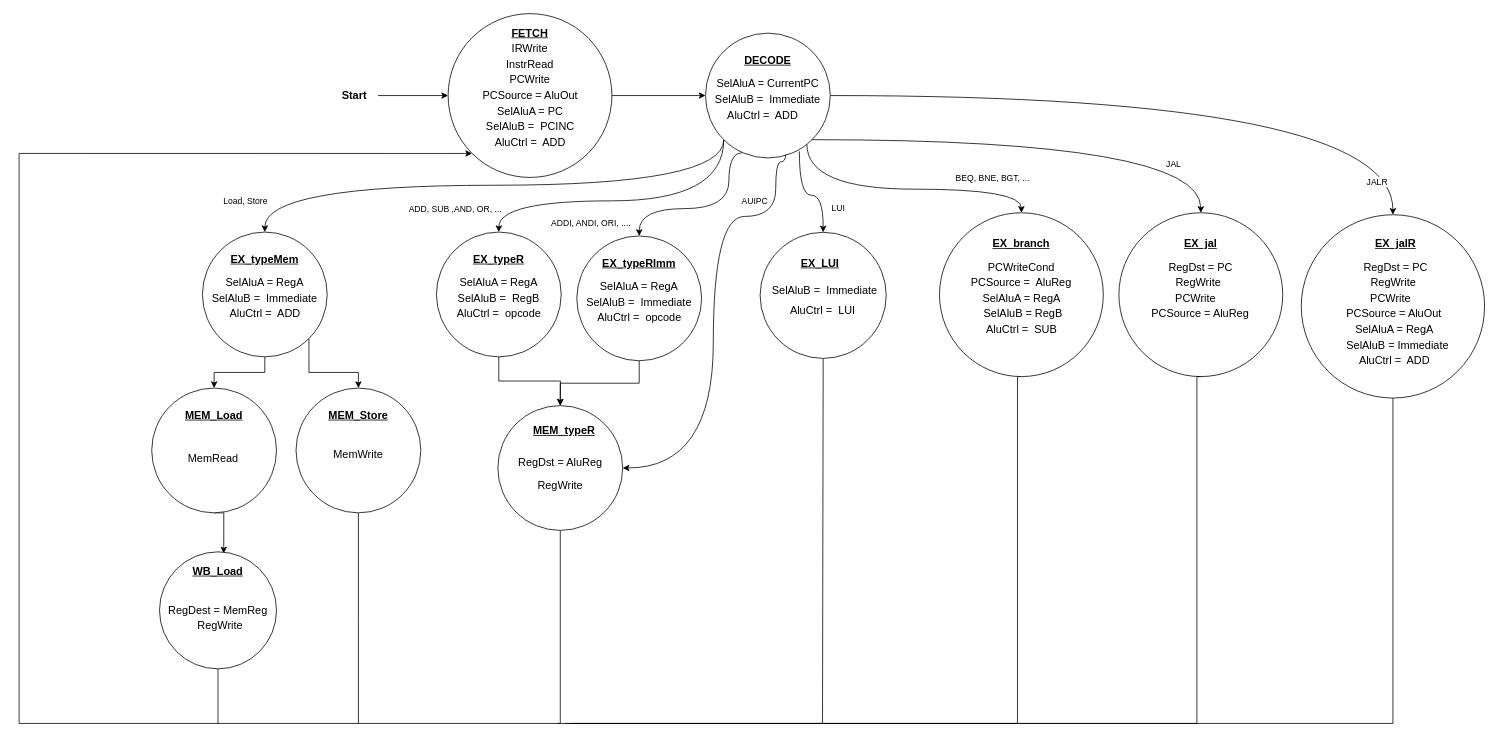
Earlier version of the draw.io diagram src/processors/RISC-V/rvms/StateDiagram/RVI32_StateMachine.drawio (ermaury/TFG_Ripes_MultiCycle_Processor). Source tidied: cells renumbered, new cells numbered last; positions are measured from the earlier drawing's top-left corner, leaving out a move shared by most shapes. Both pictures are drawn from the tidied source at 78%, with x=0, y=0 at pixel (19, 13).
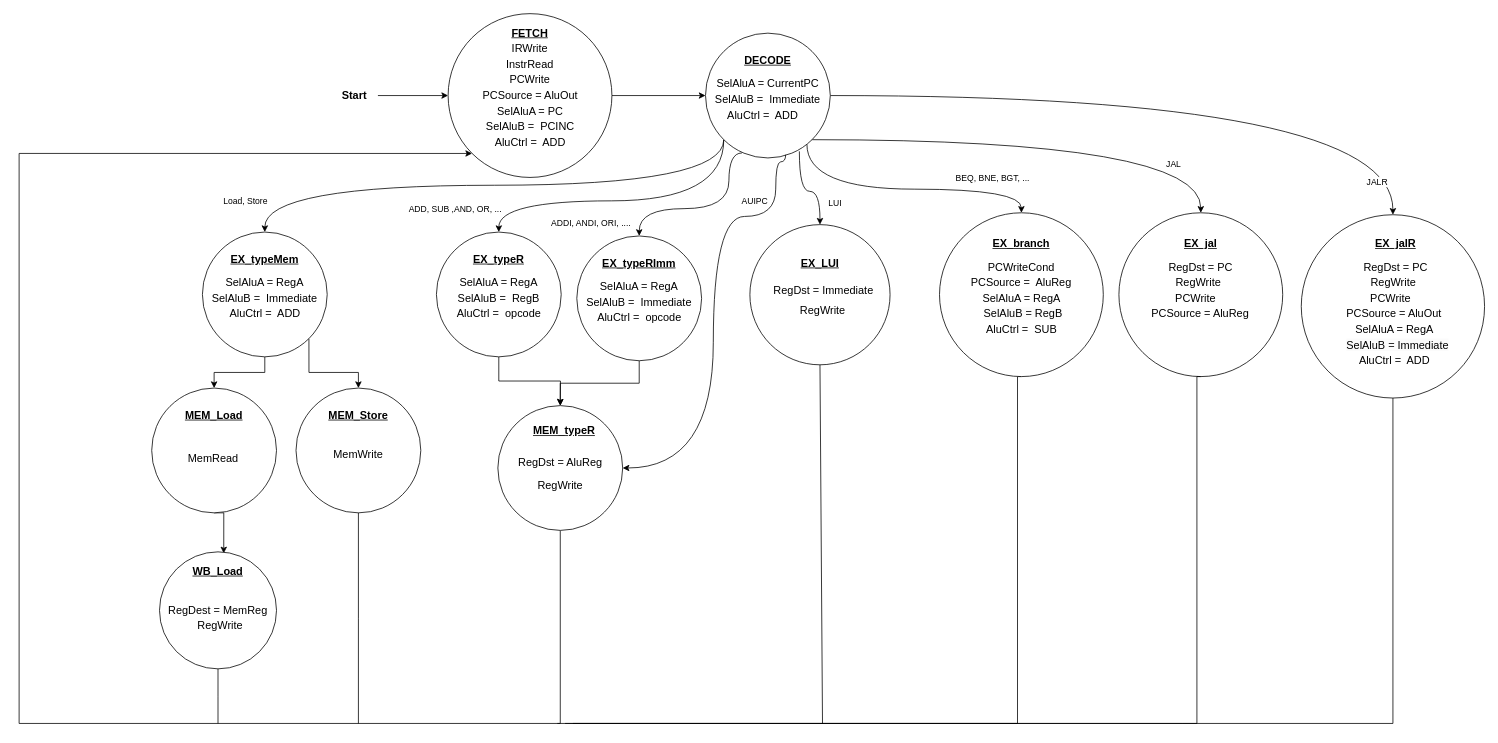
Above is the later version.

Commit message (it also covers changes not shown here):
actualizado diagrama de estados

The edit, as a diff of the source:
```diff
@@
     <mxCell id="92" style="ellipse;whiteSpace=wrap;html=1;" parent="1" vertex="1">
-      <mxGeometry x="950" y="280.3" width="161.7" height="161.7" as="geometry" />
+      <mxGeometry x="936.9" y="270.5" width="179.7" height="179.7" as="geometry" />
     </mxCell>
@@
-    <mxCell id="96" value="SelAluB =&amp;nbsp; Immediate" style="text;html=1;strokeColor=none;fillColor=none;align=center;verticalAlign=middle;whiteSpace=wrap;rounded=0;fontSize=14;" parent="1" vertex="1">
-      <mxGeometry x="964.2" y="340" width="137.5" height="30" as="geometry" />
+    <mxCell id="96" value="RegDst = Immediate" style="text;html=1;strokeColor=none;fillColor=none;align=center;verticalAlign=middle;whiteSpace=wrap;rounded=0;fontSize=14;" parent="1" vertex="1">
+      <mxGeometry x="943.5" y="340.3" width="174.8" height="30" as="geometry" />
     </mxCell>
-    <mxCell id="97" value="AluCtrl =&amp;nbsp; LUI" style="text;html=1;strokeColor=none;fillColor=none;align=center;verticalAlign=middle;whiteSpace=wrap;rounded=0;fontSize=14;" parent="1" vertex="1">
+    <mxCell id="97" value="RegWrite" style="text;html=1;strokeColor=none;fillColor=none;align=center;verticalAlign=middle;whiteSpace=wrap;rounded=0;fontSize=14;" parent="1" vertex="1">
       <mxGeometry x="968.4" y="365" width="125" height="30" as="geometry" />
     </mxCell>
```
